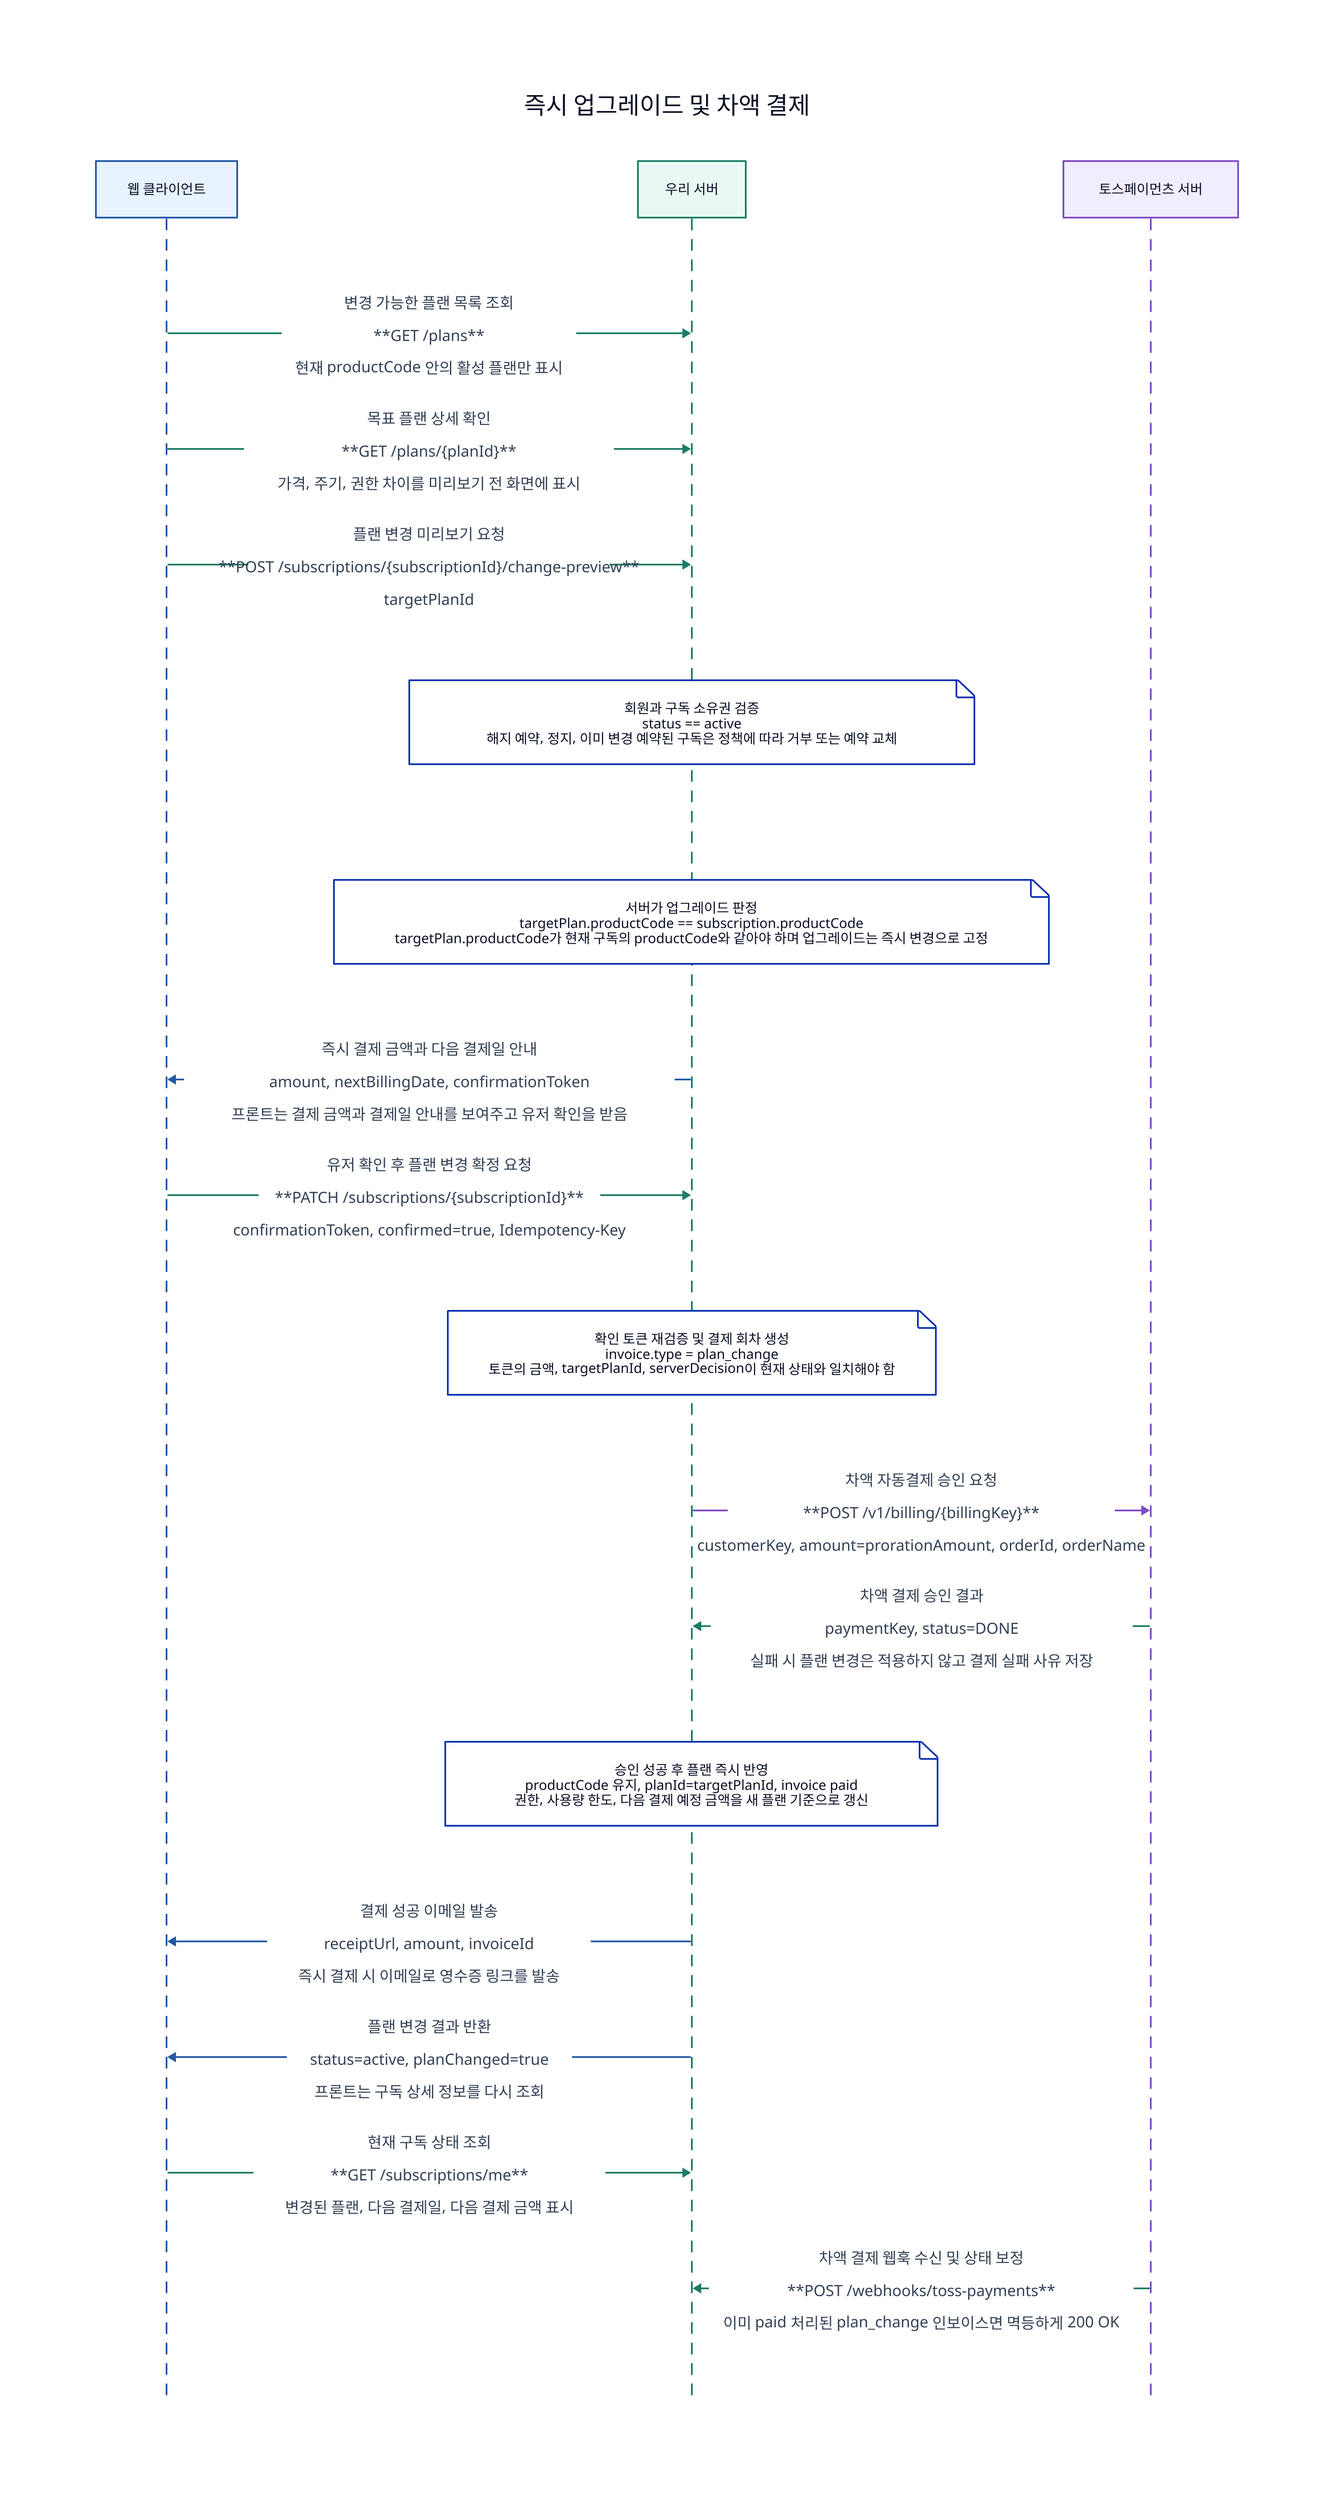
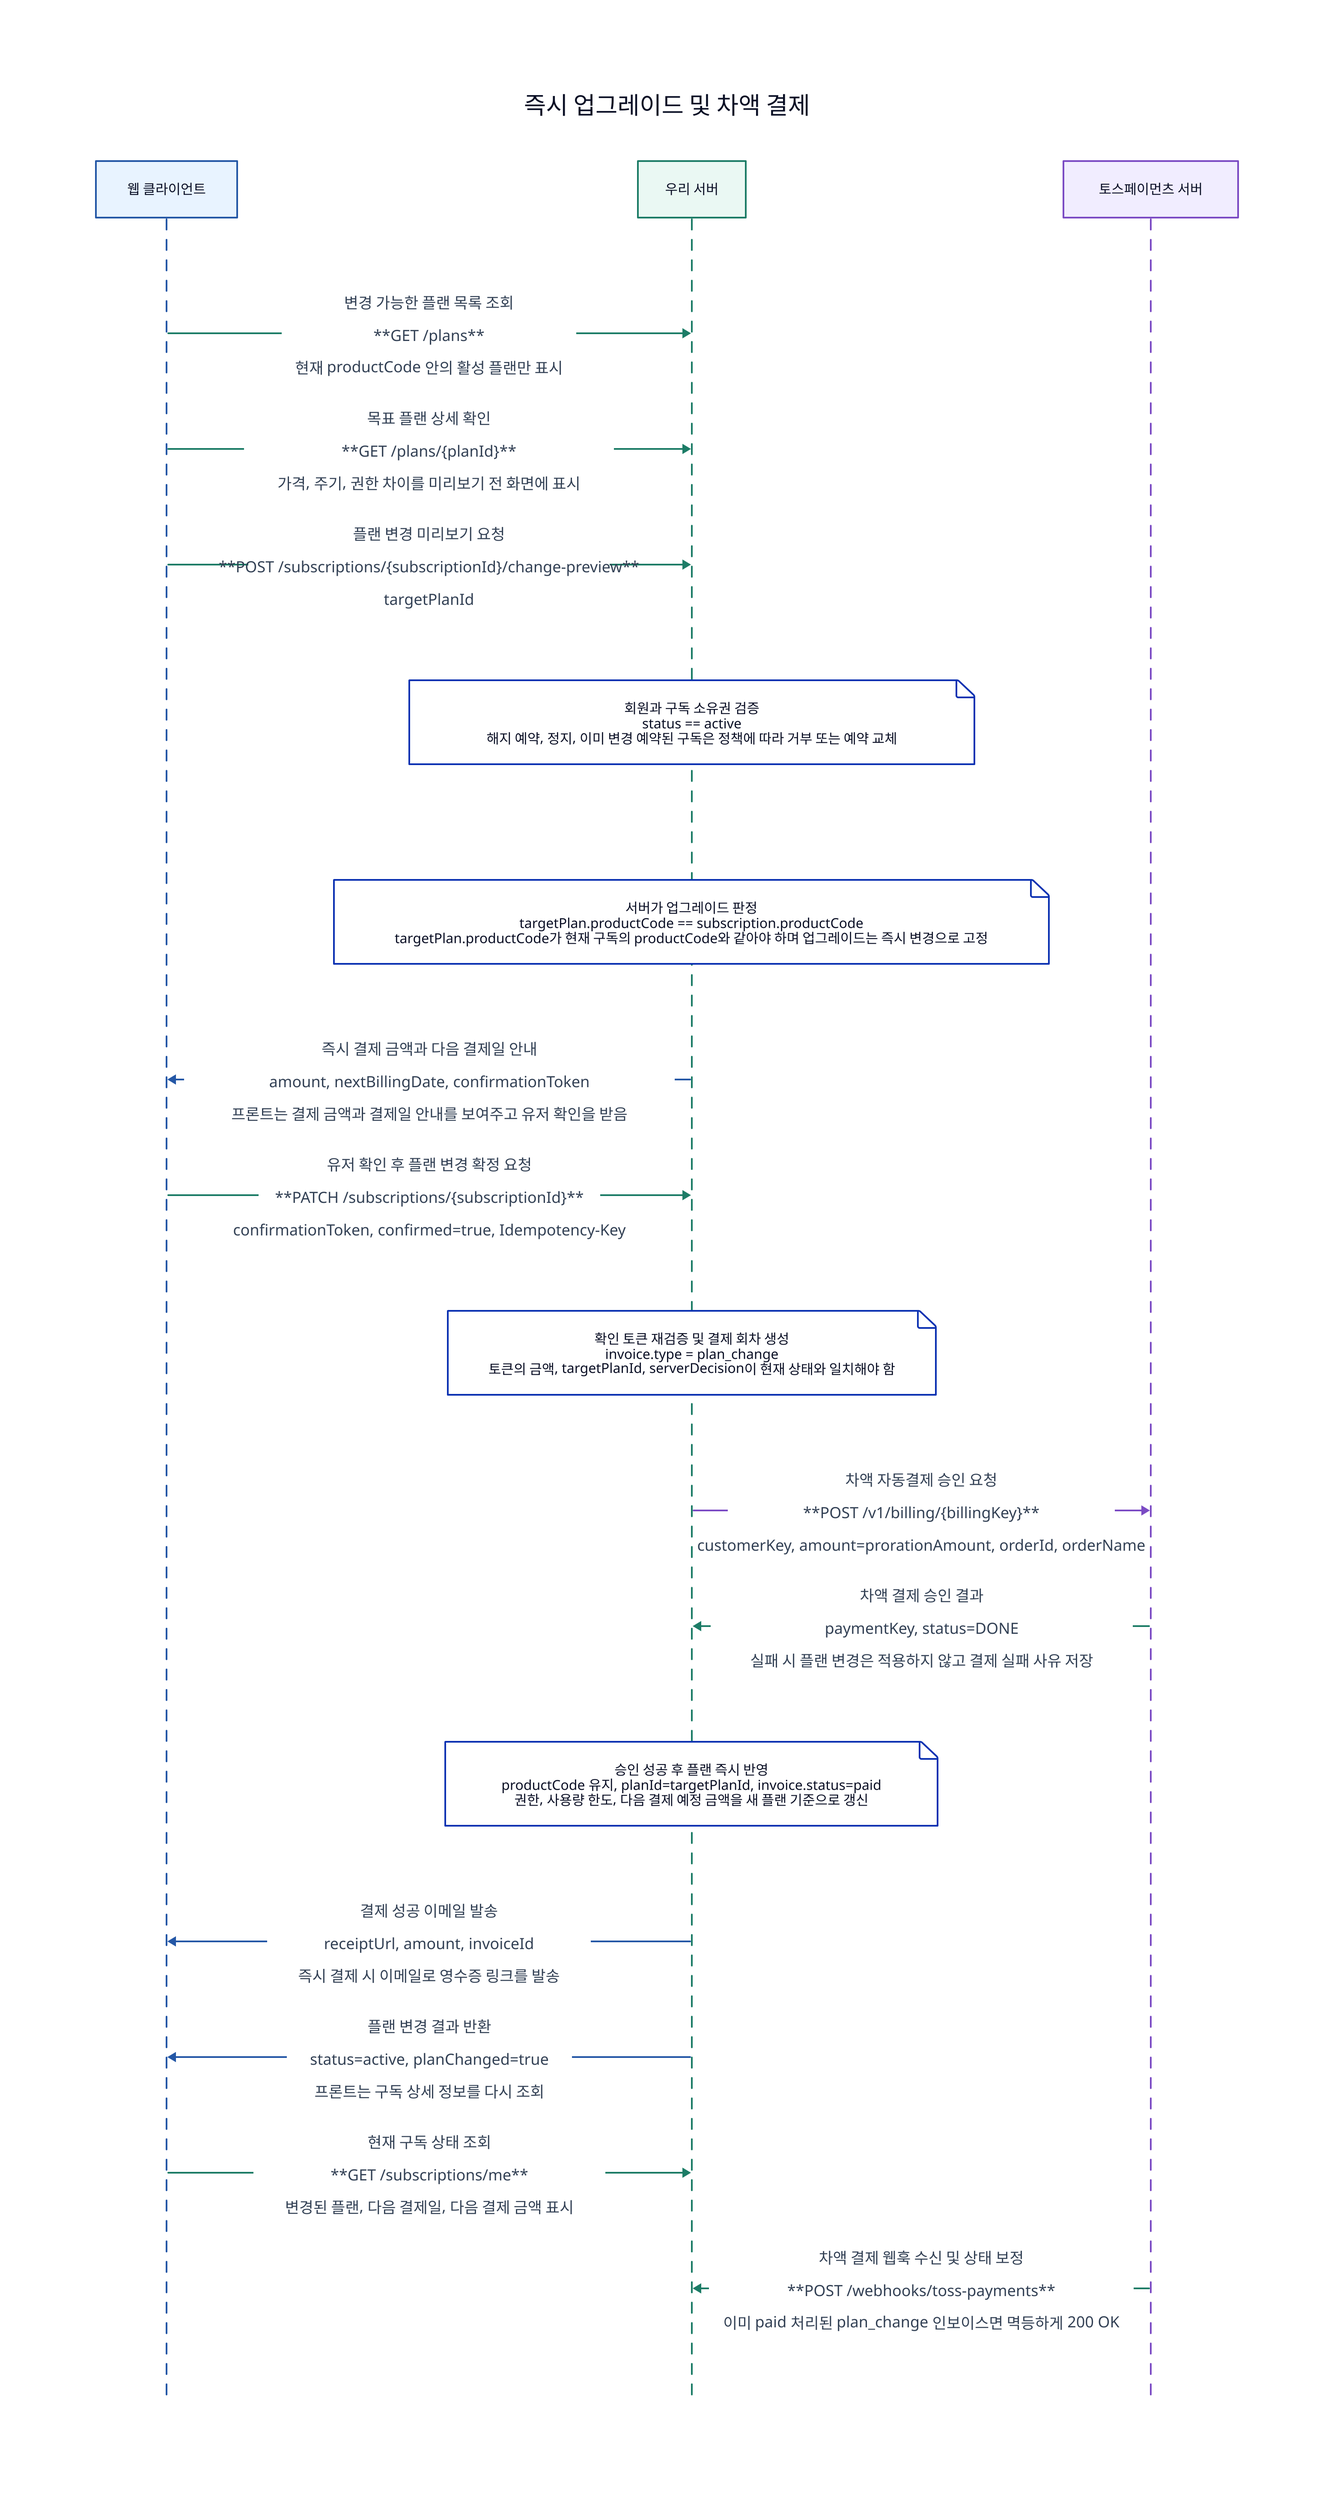
diagram: {
  shape: sequence_diagram
  label: "즉시 업그레이드 및 차액 결제"

  client: "웹 클라이언트"
  client.style.fill: "#e8f3ff"
  client.style.stroke: "#2457a6"
  server: "우리 서버"
  server.style.fill: "#eaf8f3"
  server.style.stroke: "#1c7c66"
  toss: "토스페이먼츠 서버"
  toss.style.fill: "#f1edff"
  toss.style.stroke: "#7b4bc4"

  client -> server: |md
변경 가능한 플랜 목록 조회

**GET /plans**

현재 productCode 안의 활성 플랜만 표시
| {
    style.stroke: "#1c7c66"
    style.font-color: "#334155"
    style.font-size: 18
    style.italic: false
  }
  client -> server: |md
목표 플랜 상세 확인

**GET /plans/{planId}**

가격, 주기, 권한 차이를 미리보기 전 화면에 표시
| {
    style.stroke: "#1c7c66"
    style.font-color: "#334155"
    style.font-size: 18
    style.italic: false
  }
  client -> server: |md
플랜 변경 미리보기 요청

**POST /subscriptions/{subscriptionId}/change-preview**

targetPlanId
| {
    style.stroke: "#1c7c66"
    style.font-color: "#334155"
    style.font-size: 18
    style.italic: false
  }
  server.note_4: "회원과 구독 소유권 검증\nstatus == active\n해지 예약, 정지, 이미 변경 예약된 구독은 정책에 따라 거부 또는 예약 교체"
  server.note_5: "서버가 업그레이드 판정\ntargetPlan.productCode == subscription.productCode\ntargetPlan.productCode가 현재 구독의 productCode와 같아야 하며 업그레이드는 즉시 변경으로 고정"
  server -> client: |md
즉시 결제 금액과 다음 결제일 안내

amount, nextBillingDate, confirmationToken

프론트는 결제 금액과 결제일 안내를 보여주고 유저 확인을 받음
| {
    style.stroke: "#2457a6"
    style.font-color: "#334155"
    style.font-size: 18
    style.italic: false
  }
  client -> server: |md
유저 확인 후 플랜 변경 확정 요청

**PATCH /subscriptions/{subscriptionId}**

confirmationToken, confirmed=true, Idempotency-Key
| {
    style.stroke: "#1c7c66"
    style.font-color: "#334155"
    style.font-size: 18
    style.italic: false
  }
  server.note_8: "확인 토큰 재검증 및 결제 회차 생성\ninvoice.type = plan_change\n토큰의 금액, targetPlanId, serverDecision이 현재 상태와 일치해야 함"
  server -> toss: |md
차액 자동결제 승인 요청

**POST /v1/billing/{billingKey}**

customerKey, amount=prorationAmount, orderId, orderName
| {
    style.stroke: "#7b4bc4"
    style.font-color: "#334155"
    style.font-size: 18
    style.italic: false
  }
  toss -> server: |md
차액 결제 승인 결과

paymentKey, status=DONE

실패 시 플랜 변경은 적용하지 않고 결제 실패 사유 저장
| {
    style.stroke: "#1c7c66"
    style.font-color: "#334155"
    style.font-size: 18
    style.italic: false
  }
-   server.note_11: "승인 성공 후 플랜 즉시 반영\nproductCode 유지, planId=targetPlanId, invoice paid\n권한, 사용량 한도, 다음 결제 예정 금액을 새 플랜 기준으로 갱신"
+   server.note_11: "승인 성공 후 플랜 즉시 반영\nproductCode 유지, planId=targetPlanId, invoice.status=paid\n권한, 사용량 한도, 다음 결제 예정 금액을 새 플랜 기준으로 갱신"
  server -> client: |md
결제 성공 이메일 발송

receiptUrl, amount, invoiceId

즉시 결제 시 이메일로 영수증 링크를 발송
| {
    style.stroke: "#2457a6"
    style.font-color: "#334155"
    style.font-size: 18
    style.italic: false
  }
  server -> client: |md
플랜 변경 결과 반환

status=active, planChanged=true

프론트는 구독 상세 정보를 다시 조회
| {
    style.stroke: "#2457a6"
    style.font-color: "#334155"
    style.font-size: 18
    style.italic: false
  }
  client -> server: |md
현재 구독 상태 조회

**GET /subscriptions/me**

변경된 플랜, 다음 결제일, 다음 결제 금액 표시
| {
    style.stroke: "#1c7c66"
    style.font-color: "#334155"
    style.font-size: 18
    style.italic: false
  }
  toss -> server: |md
차액 결제 웹훅 수신 및 상태 보정

**POST /webhooks/toss-payments**

이미 paid 처리된 plan_change 인보이스면 멱등하게 200 OK
| {
    style.stroke: "#1c7c66"
    style.font-color: "#334155"
    style.font-size: 18
    style.italic: false
  }
}
